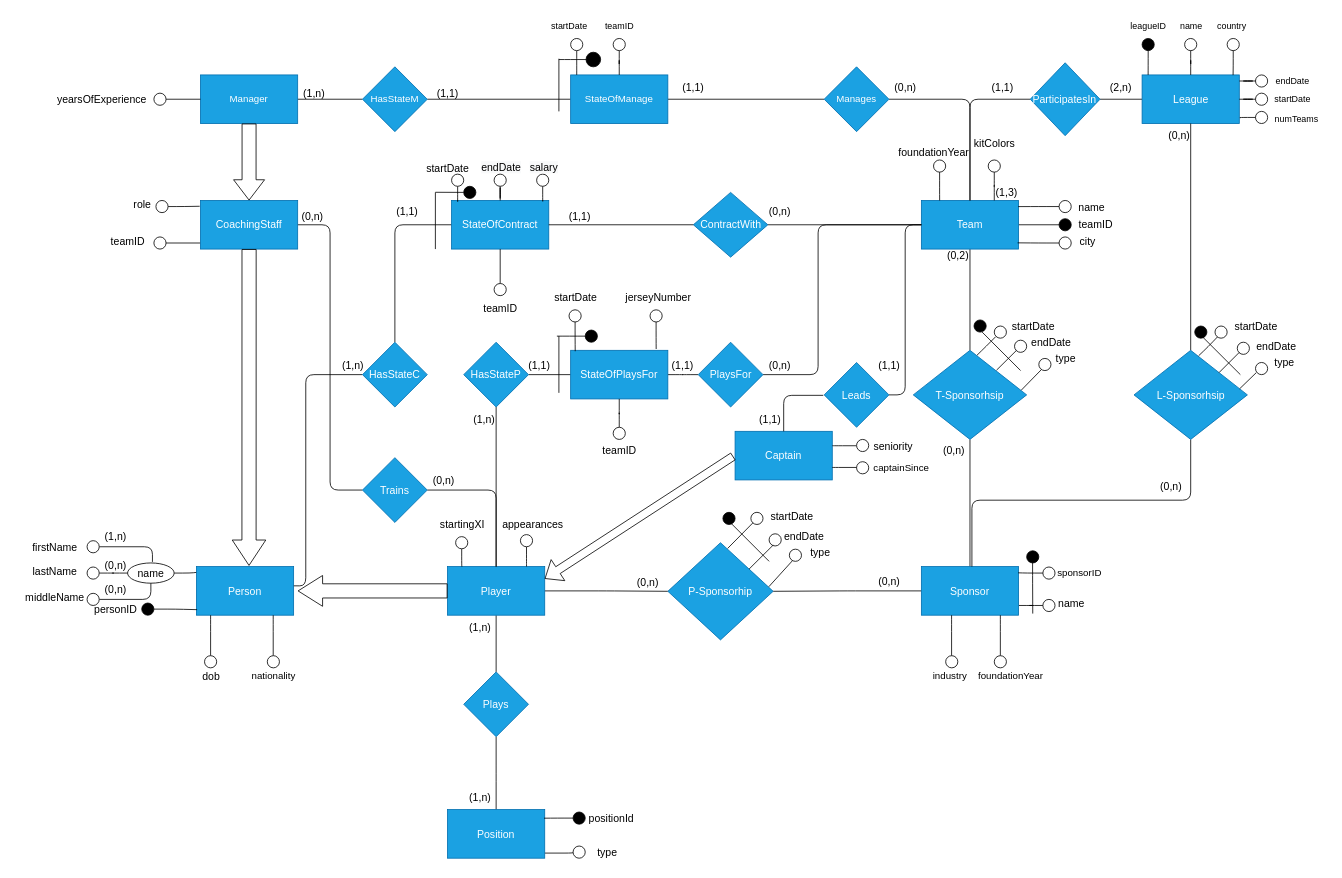
Maxxy21/football_clubs_database keeps this draw.io diagram as football-club-database/Diagrams/conceptual-schema.drawio. Above is the earlier version. Source tidied: cells renumbered, new cells numbered last; positions are measured from the earlier drawing's top-left corner, leaving out a move shared by most shapes. Both pictures are drawn from the tidied source at 81%, with x=0, y=0 at pixel (14, 14).
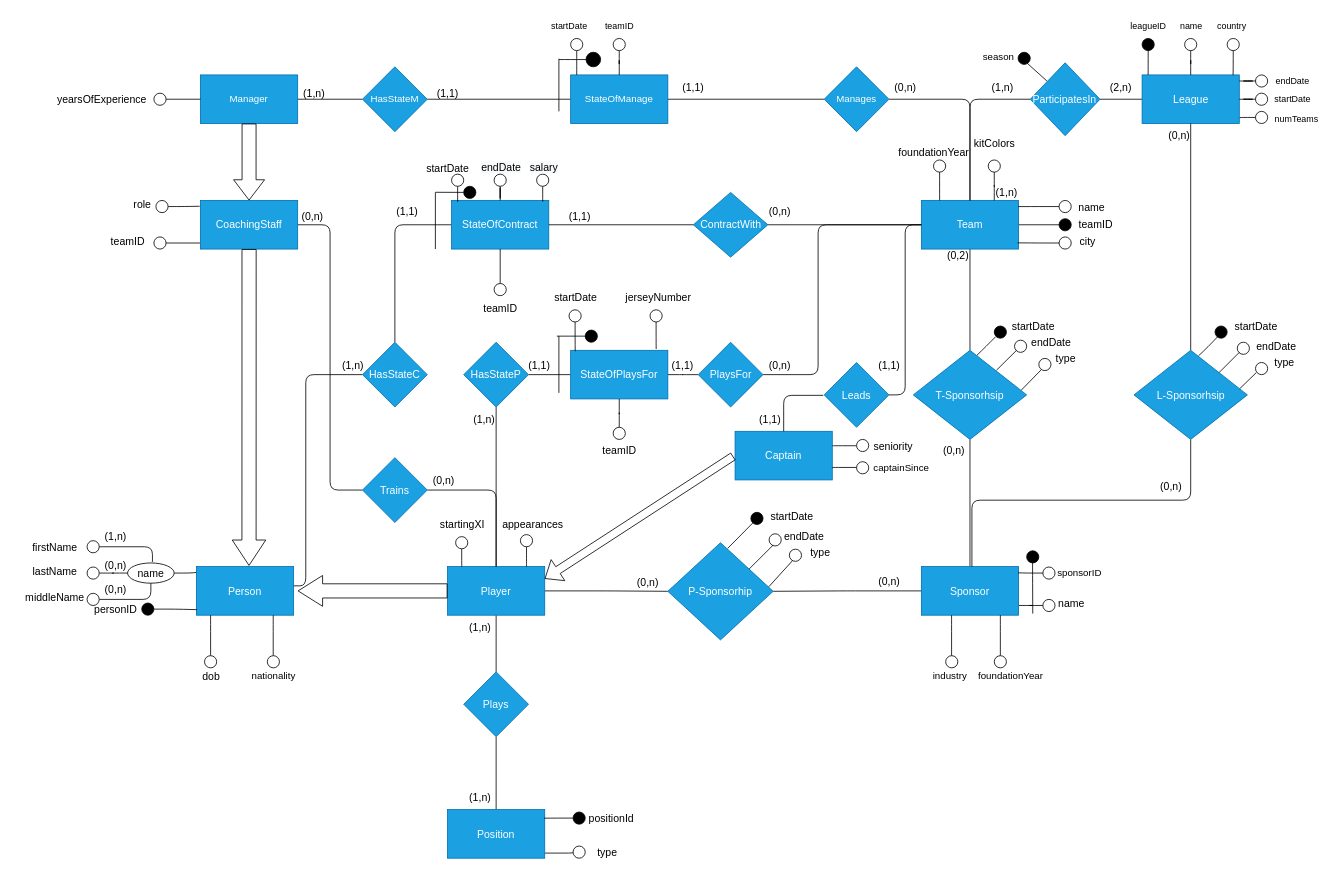
Above is the later version.

Commit message (it also covers changes not shown here):
Restructured the ER schema

The edit, as a diff of the source:
```diff
@@
-    <mxCell id="73" value="(1,3)" style="text;html=1;align=center;verticalAlign=middle;strokeColor=none;fillColor=none;fontSize=13;fontFamily=Helvetica;fontColor=default;" parent="1" vertex="1">
+    <mxCell id="73" value="(1,n)" style="text;html=1;align=center;verticalAlign=middle;strokeColor=none;fillColor=none;fontSize=13;fontFamily=Helvetica;fontColor=default;" parent="1" vertex="1">
       <mxGeometry x="1200" y="205" width="50" height="30" as="geometry" />
     </mxCell>
@@
-    <mxCell id="80" style="ellipse;whiteSpace=wrap;html=1;fontSize=13;rounded=0;" parent="1" vertex="1">
+    <mxCell id="80" style="ellipse;whiteSpace=wrap;html=1;fontSize=13;rounded=0;fillColor=#000000;" parent="1" vertex="1">
       <mxGeometry x="1210" y="385" width="15" height="15" as="geometry" />
     </mxCell>
@@
-    <mxCell id="101" style="ellipse;whiteSpace=wrap;html=1;fontSize=13;rounded=0;" parent="1" vertex="1">
+    <mxCell id="101" style="ellipse;whiteSpace=wrap;html=1;fontSize=13;rounded=0;fillColor=#000000;" parent="1" vertex="1">
       <mxGeometry x="909.5" y="615" width="15" height="15" as="geometry" />
     </mxCell>
@@
-    <mxCell id="206" value="(1,1)" style="text;html=1;align=center;verticalAlign=middle;strokeColor=none;fillColor=none;fontSize=13;fontFamily=Helvetica;fontColor=default;" parent="1" vertex="1">
+    <mxCell id="206" value="(1,n)" style="text;html=1;align=center;verticalAlign=middle;strokeColor=none;fillColor=none;fontSize=13;fontFamily=Helvetica;fontColor=default;" parent="1" vertex="1">
       <mxGeometry x="1195" y="75" width="50" height="30" as="geometry" />
     </mxCell>
@@
-    <mxCell id="235" style="ellipse;whiteSpace=wrap;html=1;fontSize=13;rounded=0;" parent="1" vertex="1">
+    <mxCell id="235" style="ellipse;whiteSpace=wrap;html=1;fontSize=13;rounded=0;fillColor=#000000;" parent="1" vertex="1">
       <mxGeometry x="1482.5" y="385" width="15" height="15" as="geometry" />
     </mxCell>
@@
-    <mxCell id="243" style="endArrow=none;html=1;rounded=0;" parent="1" edge="1">
-      <mxGeometry relative="1" as="geometry">
-        <mxPoint x="932" y="675.5" as="sourcePoint" />
-        <mxPoint x="884.5" y="628" as="targetPoint" />
-      </mxGeometry>
-    </mxCell>
-    <mxCell id="244" style="ellipse;whiteSpace=wrap;html=1;fontSize=13;rounded=0;fillColor=#000000;" parent="1" vertex="1">
-      <mxGeometry x="875" y="615" width="15" height="15" as="geometry" />
-    </mxCell>
-    <mxCell id="245" style="endArrow=none;html=1;rounded=0;" parent="1" edge="1">
-      <mxGeometry relative="1" as="geometry">
-        <mxPoint x="1242.5" y="440" as="sourcePoint" />
-        <mxPoint x="1195" y="392.5" as="targetPoint" />
-      </mxGeometry>
-    </mxCell>
-    <mxCell id="246" style="ellipse;whiteSpace=wrap;html=1;fontSize=13;rounded=0;fillColor=#000000;" parent="1" vertex="1">
-      <mxGeometry x="1185" y="377.5" width="15" height="15" as="geometry" />
-    </mxCell>
-    <mxCell id="247" style="endArrow=none;html=1;rounded=0;" parent="1" edge="1">
-      <mxGeometry relative="1" as="geometry">
-        <mxPoint x="1513.8" y="445" as="sourcePoint" />
-        <mxPoint x="1466.2" y="397.5" as="targetPoint" />
-      </mxGeometry>
-    </mxCell>
-    <mxCell id="248" style="ellipse;whiteSpace=wrap;html=1;fontSize=13;rounded=0;fillColor=#000000;" parent="1" vertex="1">
-      <mxGeometry x="1457.5" y="385" width="15" height="15" as="geometry" />
-    </mxCell>
@@
+    <mxCell id="252" style="endArrow=none;html=1;rounded=0;" parent="1" edge="1">
+      <mxGeometry relative="1" as="geometry">
+        <mxPoint x="1275" y="82.5" as="sourcePoint" />
+        <mxPoint x="1250" y="60" as="targetPoint" />
+      </mxGeometry>
+    </mxCell>
+    <mxCell id="253" style="ellipse;whiteSpace=wrap;html=1;fontSize=13;rounded=0;fillColor=#000000;" parent="1" vertex="1">
+      <mxGeometry x="1239.4" y="47" width="15" height="15" as="geometry" />
+    </mxCell>
+    <mxCell id="254" value="season" style="text;html=1;align=center;verticalAlign=middle;strokeColor=none;fillColor=none;" parent="1" vertex="1">
+      <mxGeometry x="1185" y="37.5" width="60" height="30" as="geometry" />
+    </mxCell>
```
